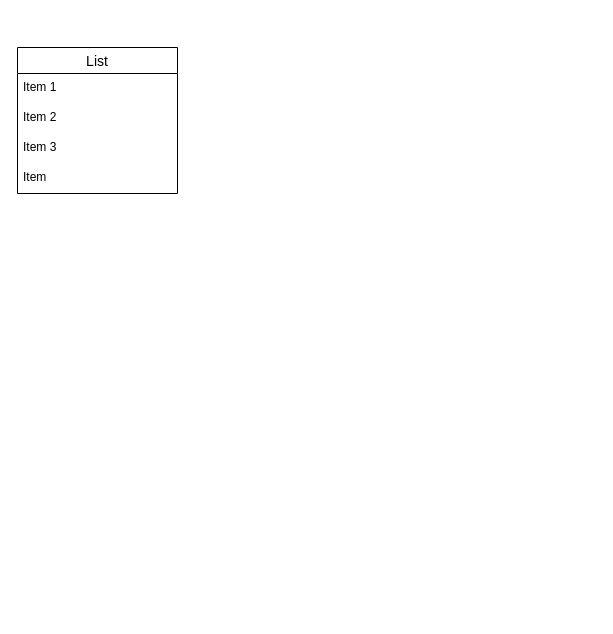
Earlier version of the draw.io diagram test.dio (ytt0103/furima-42445). Source tidied: cells renumbered, new cells numbered last; positions are measured from the earlier drawing's top-left corner, leaving out a move shared by most shapes. Both pictures are drawn from the tidied source at 100%, with x=0, y=0 at pixel (17, 47).
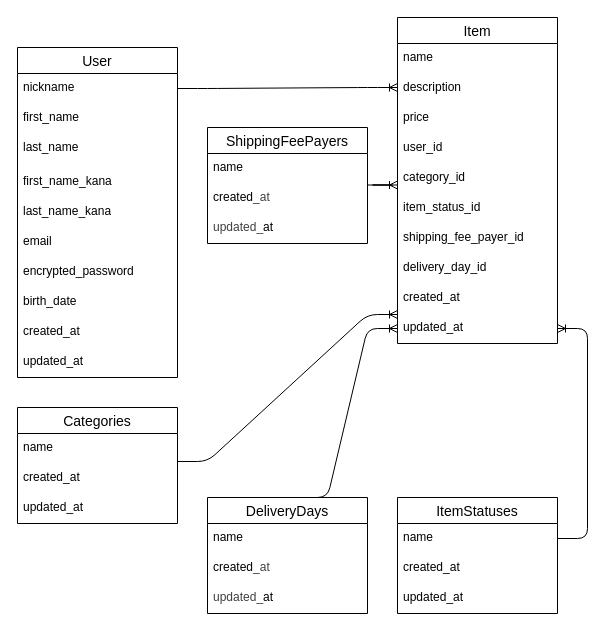
The same diagram, later.

The edit, as a diff of the source:
```diff
@@
-    <mxCell id="2" value="List" style="swimlane;fontStyle=0;horizontal=1;startSize=26;align=center;fontSize=14;" parent="1" vertex="1">
-      <mxGeometry width="160" height="146" as="geometry" />
+    <mxCell id="2" value="User" style="swimlane;fontStyle=0;horizontal=1;startSize=26;align=center;fontSize=14;" parent="1" vertex="1">
+      <mxGeometry width="160" height="330" as="geometry" />
     </mxCell>
-    <mxCell id="3" value="Item 1" style="text;strokeColor=none;fillColor=none;spacingLeft=4;spacingRight=4;overflow=hidden;points=[[0,0.5],[1,0.5]];portConstraint=eastwest;fontSize=12;whiteSpace=wrap;html=1;" parent="2" vertex="1">
+    <mxCell id="3" value="nickname" style="text;strokeColor=none;fillColor=none;spacingLeft=4;spacingRight=4;overflow=hidden;points=[[0,0.5],[1,0.5]];portConstraint=eastwest;fontSize=12;whiteSpace=wrap;html=1;" parent="2" vertex="1">
       <mxGeometry y="26" width="160" height="30" as="geometry" />
     </mxCell>
-    <mxCell id="4" value="Item 2" style="text;strokeColor=none;fillColor=none;spacingLeft=4;spacingRight=4;overflow=hidden;fontSize=12;whiteSpace=wrap;html=1;" parent="2" vertex="1">
+    <mxCell id="4" value="first_name" style="text;strokeColor=none;fillColor=none;spacingLeft=4;spacingRight=4;overflow=hidden;fontSize=12;whiteSpace=wrap;html=1;" parent="2" vertex="1">
       <mxGeometry y="56" width="160" height="30" as="geometry" />
     </mxCell>
-    <mxCell id="5" value="Item 3" style="text;strokeColor=none;fillColor=none;spacingLeft=4;spacingRight=4;overflow=hidden;fontSize=12;whiteSpace=wrap;html=1;" parent="2" vertex="1">
-      <mxGeometry y="86" width="160" height="30" as="geometry" />
+    <mxCell id="5" value="last_name" style="text;strokeColor=none;fillColor=none;spacingLeft=4;spacingRight=4;overflow=hidden;fontSize=12;whiteSpace=wrap;html=1;" parent="2" vertex="1">
+      <mxGeometry y="86" width="160" height="34" as="geometry" />
     </mxCell>
+    <mxCell id="7" value="&lt;span class=&quot;hljs-emphasis&quot;&gt;first_&lt;/span&gt;name&lt;span class=&quot;hljs-emphasis&quot;&gt;_kana&lt;/span&gt;" style="text;strokeColor=none;fillColor=none;spacingLeft=4;spacingRight=4;overflow=hidden;fontSize=12;whiteSpace=wrap;html=1;" parent="2" vertex="1">
+      <mxGeometry y="120" width="160" height="30" as="geometry" />
+    </mxCell>
+    <mxCell id="8" value="&lt;span class=&quot;hljs-emphasis&quot;&gt;last_&lt;/span&gt;name&lt;span class=&quot;hljs-emphasis&quot;&gt;_kana&lt;/span&gt;" style="text;strokeColor=none;fillColor=none;spacingLeft=4;spacingRight=4;overflow=hidden;fontSize=12;whiteSpace=wrap;html=1;" parent="2" vertex="1">
+      <mxGeometry y="150" width="160" height="30" as="geometry" />
+    </mxCell>
+    <mxCell id="9" value="email" style="text;strokeColor=none;fillColor=none;spacingLeft=4;spacingRight=4;overflow=hidden;fontSize=12;whiteSpace=wrap;html=1;" parent="2" vertex="1">
+      <mxGeometry y="180" width="160" height="30" as="geometry" />
+    </mxCell>
+    <mxCell id="10" value="encrypted&lt;span class=&quot;hljs-emphasis&quot;&gt;_password&lt;/span&gt;" style="text;strokeColor=none;fillColor=none;spacingLeft=4;spacingRight=4;overflow=hidden;fontSize=12;whiteSpace=wrap;html=1;" parent="2" vertex="1">
+      <mxGeometry y="210" width="160" height="30" as="geometry" />
+    </mxCell>
+    <mxCell id="11" value="&lt;span class=&quot;hljs-emphasis&quot;&gt;birth_&lt;/span&gt;date&amp;nbsp;" style="text;strokeColor=none;fillColor=none;spacingLeft=4;spacingRight=4;overflow=hidden;fontSize=12;whiteSpace=wrap;html=1;" parent="2" vertex="1">
+      <mxGeometry y="240" width="160" height="30" as="geometry" />
+    </mxCell>
+    <mxCell id="12" value="created&lt;span class=&quot;hljs-emphasis&quot;&gt;_at&lt;/span&gt;" style="text;strokeColor=none;fillColor=none;spacingLeft=4;spacingRight=4;overflow=hidden;fontSize=12;whiteSpace=wrap;html=1;" parent="2" vertex="1">
+      <mxGeometry y="270" width="160" height="30" as="geometry" />
+    </mxCell>
+    <mxCell id="13" value="&lt;span class=&quot;hljs-emphasis&quot;&gt;updated_&lt;/span&gt;at" style="text;strokeColor=none;fillColor=none;spacingLeft=4;spacingRight=4;overflow=hidden;fontSize=12;whiteSpace=wrap;html=1;" parent="2" vertex="1">
+      <mxGeometry y="300" width="160" height="30" as="geometry" />
+    </mxCell>
-    <mxCell id="6" value="Item" style="text;strokeColor=none;fillColor=none;spacingLeft=4;spacingRight=4;overflow=hidden;fontSize=12;whiteSpace=wrap;html=1;" parent="2" vertex="1">
-      <mxGeometry y="116" width="160" height="30" as="geometry" />
+    <mxCell id="6" value="Item" style="swimlane;fontStyle=0;horizontal=1;startSize=26;align=center;fontSize=14;" parent="1" vertex="1">
+      <mxGeometry x="380" y="-30" width="160" height="326" as="geometry" />
     </mxCell>
+    <mxCell id="14" value="name" style="text;strokeColor=none;fillColor=none;spacingLeft=4;spacingRight=4;overflow=hidden;fontSize=12;whiteSpace=wrap;html=1;" parent="6" vertex="1">
+      <mxGeometry y="26" width="160" height="30" as="geometry" />
+    </mxCell>
+    <mxCell id="15" value="description" style="text;strokeColor=none;fillColor=none;spacingLeft=4;spacingRight=4;overflow=hidden;fontSize=12;whiteSpace=wrap;html=1;" parent="6" vertex="1">
+      <mxGeometry y="56" width="160" height="30" as="geometry" />
+    </mxCell>
+    <mxCell id="16" value="price" style="text;strokeColor=none;fillColor=none;spacingLeft=4;spacingRight=4;overflow=hidden;fontSize=12;whiteSpace=wrap;html=1;" parent="6" vertex="1">
+      <mxGeometry y="86" width="160" height="30" as="geometry" />
+    </mxCell>
+    <mxCell id="17" value="&lt;span class=&quot;hljs-emphasis&quot;&gt;user_&lt;/span&gt;id" style="text;strokeColor=none;fillColor=none;spacingLeft=4;spacingRight=4;overflow=hidden;fontSize=12;whiteSpace=wrap;html=1;" parent="6" vertex="1">
+      <mxGeometry y="116" width="160" height="30" as="geometry" />
+    </mxCell>
+    <mxCell id="18" value="&lt;span class=&quot;hljs-emphasis&quot;&gt;category_&lt;/span&gt;id" style="text;strokeColor=none;fillColor=none;spacingLeft=4;spacingRight=4;overflow=hidden;fontSize=12;whiteSpace=wrap;html=1;" parent="6" vertex="1">
+      <mxGeometry y="146" width="160" height="30" as="geometry" />
+    </mxCell>
+    <mxCell id="19" value="&lt;span class=&quot;hljs-emphasis&quot;&gt;item_&lt;/span&gt;status&lt;span class=&quot;hljs-emphasis&quot;&gt;_id&amp;nbsp;&lt;/span&gt;" style="text;strokeColor=none;fillColor=none;spacingLeft=4;spacingRight=4;overflow=hidden;fontSize=12;whiteSpace=wrap;html=1;" parent="6" vertex="1">
+      <mxGeometry y="176" width="160" height="30" as="geometry" />
+    </mxCell>
+    <mxCell id="20" value="shipping&lt;span class=&quot;hljs-emphasis&quot;&gt;_fee_&lt;/span&gt;payer&lt;span class=&quot;hljs-emphasis&quot;&gt;_id&lt;/span&gt;" style="text;strokeColor=none;fillColor=none;spacingLeft=4;spacingRight=4;overflow=hidden;fontSize=12;whiteSpace=wrap;html=1;" parent="6" vertex="1">
+      <mxGeometry y="206" width="160" height="30" as="geometry" />
+    </mxCell>
+    <mxCell id="21" value="delivery&lt;span class=&quot;hljs-emphasis&quot;&gt;_day_&lt;/span&gt;id" style="text;strokeColor=none;fillColor=none;spacingLeft=4;spacingRight=4;overflow=hidden;fontSize=12;whiteSpace=wrap;html=1;" parent="6" vertex="1">
+      <mxGeometry y="236" width="160" height="30" as="geometry" />
+    </mxCell>
+    <mxCell id="22" value="&lt;span class=&quot;hljs-emphasis&quot;&gt;created_&lt;/span&gt;at" style="text;strokeColor=none;fillColor=none;spacingLeft=4;spacingRight=4;overflow=hidden;fontSize=12;whiteSpace=wrap;html=1;" parent="6" vertex="1">
+      <mxGeometry y="266" width="160" height="30" as="geometry" />
+    </mxCell>
+    <mxCell id="23" value="updated&lt;span class=&quot;hljs-emphasis&quot;&gt;_at&lt;/span&gt;" style="text;strokeColor=none;fillColor=none;spacingLeft=4;spacingRight=4;overflow=hidden;points=[[0,0.5],[1,0.5]];portConstraint=eastwest;fontSize=12;whiteSpace=wrap;html=1;" parent="6" vertex="1">
+      <mxGeometry y="296" width="160" height="30" as="geometry" />
+    </mxCell>
+    <mxCell id="24" value="ShippingFeePayers" style="swimlane;fontStyle=0;horizontal=1;startSize=26;align=center;fontSize=14;" parent="1" vertex="1">
+      <mxGeometry x="190" y="80" width="160" height="116" as="geometry" />
+    </mxCell>
+    <mxCell id="25" value="&lt;span style=&quot;color: rgb(0, 0, 0);&quot;&gt;name&lt;/span&gt;" style="text;strokeColor=none;fillColor=none;spacingLeft=4;spacingRight=4;overflow=hidden;fontSize=12;whiteSpace=wrap;html=1;" parent="24" vertex="1">
+      <mxGeometry y="26" width="160" height="30" as="geometry" />
+    </mxCell>
+    <mxCell id="26" value="&lt;span style=&quot;color: rgb(0, 0, 0);&quot;&gt;created&lt;/span&gt;&lt;span style=&quot;color: rgb(63, 63, 63); scrollbar-color: rgb(226, 226, 226) rgb(251, 251, 251);&quot; class=&quot;hljs-emphasis&quot;&gt;_at&lt;/span&gt;" style="text;strokeColor=none;fillColor=none;spacingLeft=4;spacingRight=4;overflow=hidden;fontSize=12;whiteSpace=wrap;html=1;" parent="24" vertex="1">
+      <mxGeometry y="56" width="160" height="30" as="geometry" />
+    </mxCell>
+    <mxCell id="27" value="&lt;span style=&quot;color: rgb(63, 63, 63); scrollbar-color: rgb(226, 226, 226) rgb(251, 251, 251);&quot; class=&quot;hljs-emphasis&quot;&gt;updated_&lt;/span&gt;&lt;span style=&quot;color: rgb(0, 0, 0);&quot;&gt;at&lt;/span&gt;" style="text;strokeColor=none;fillColor=none;spacingLeft=4;spacingRight=4;overflow=hidden;fontSize=12;whiteSpace=wrap;html=1;" parent="24" vertex="1">
+      <mxGeometry y="86" width="160" height="30" as="geometry" />
+    </mxCell>
+    <mxCell id="28" value="ItemStatuses" style="swimlane;fontStyle=0;horizontal=1;startSize=26;align=center;fontSize=14;" parent="1" vertex="1">
+      <mxGeometry x="380" y="450" width="160" height="116" as="geometry" />
+    </mxCell>
+    <mxCell id="29" value="name" style="text;strokeColor=none;fillColor=none;spacingLeft=4;spacingRight=4;overflow=hidden;points=[[0,0.5],[1,0.5]];portConstraint=eastwest;fontSize=12;whiteSpace=wrap;html=1;" parent="28" vertex="1">
+      <mxGeometry y="26" width="160" height="30" as="geometry" />
+    </mxCell>
+    <mxCell id="30" value="&lt;span class=&quot;hljs-emphasis&quot;&gt;created_&lt;/span&gt;at" style="text;strokeColor=none;fillColor=none;spacingLeft=4;spacingRight=4;overflow=hidden;fontSize=12;whiteSpace=wrap;html=1;" parent="28" vertex="1">
+      <mxGeometry y="56" width="160" height="30" as="geometry" />
+    </mxCell>
+    <mxCell id="31" value="updated&lt;span class=&quot;hljs-emphasis&quot;&gt;_at&lt;/span&gt;" style="text;strokeColor=none;fillColor=none;spacingLeft=4;spacingRight=4;overflow=hidden;fontSize=12;whiteSpace=wrap;html=1;" parent="28" vertex="1">
+      <mxGeometry y="86" width="160" height="30" as="geometry" />
+    </mxCell>
+    <mxCell id="32" value="DeliveryDays" style="swimlane;fontStyle=0;horizontal=1;startSize=26;align=center;fontSize=14;" parent="1" vertex="1">
+      <mxGeometry x="190" y="450" width="160" height="116" as="geometry" />
+    </mxCell>
+    <mxCell id="33" value="&lt;span style=&quot;color: rgb(0, 0, 0);&quot;&gt;name&lt;/span&gt;" style="text;strokeColor=none;fillColor=none;spacingLeft=4;spacingRight=4;overflow=hidden;fontSize=12;whiteSpace=wrap;html=1;" parent="32" vertex="1">
+      <mxGeometry y="26" width="160" height="30" as="geometry" />
+    </mxCell>
+    <mxCell id="34" value="&lt;span style=&quot;scrollbar-color: rgb(226, 226, 226) rgb(251, 251, 251); color: rgb(0, 0, 0);&quot;&gt;created&lt;/span&gt;&lt;span style=&quot;scrollbar-color: rgb(226, 226, 226) rgb(251, 251, 251); color: rgb(63, 63, 63);&quot; class=&quot;hljs-emphasis&quot;&gt;_at&lt;/span&gt;" style="text;strokeColor=none;fillColor=none;spacingLeft=4;spacingRight=4;overflow=hidden;fontSize=12;whiteSpace=wrap;html=1;" parent="32" vertex="1">
+      <mxGeometry y="56" width="160" height="30" as="geometry" />
+    </mxCell>
+    <mxCell id="35" value="&lt;span style=&quot;scrollbar-color: rgb(226, 226, 226) rgb(251, 251, 251); color: rgb(63, 63, 63);&quot; class=&quot;hljs-emphasis&quot;&gt;updated_&lt;/span&gt;&lt;span style=&quot;scrollbar-color: rgb(226, 226, 226) rgb(251, 251, 251); color: rgb(0, 0, 0);&quot;&gt;at&lt;/span&gt;" style="text;strokeColor=none;fillColor=none;spacingLeft=4;spacingRight=4;overflow=hidden;fontSize=12;whiteSpace=wrap;html=1;" parent="32" vertex="1">
+      <mxGeometry y="86" width="160" height="30" as="geometry" />
+    </mxCell>
+    <mxCell id="36" value="Categories" style="swimlane;fontStyle=0;horizontal=1;startSize=26;align=center;fontSize=14;" parent="1" vertex="1">
+      <mxGeometry y="360" width="160" height="116" as="geometry" />
+    </mxCell>
+    <mxCell id="37" value="name" style="text;strokeColor=none;fillColor=none;spacingLeft=4;spacingRight=4;overflow=hidden;fontSize=12;whiteSpace=wrap;html=1;" parent="36" vertex="1">
+      <mxGeometry y="26" width="160" height="30" as="geometry" />
+    </mxCell>
+    <mxCell id="38" value="created&lt;span class=&quot;hljs-emphasis&quot;&gt;_at&lt;/span&gt;" style="text;strokeColor=none;fillColor=none;spacingLeft=4;spacingRight=4;overflow=hidden;fontSize=12;whiteSpace=wrap;html=1;" parent="36" vertex="1">
+      <mxGeometry y="56" width="160" height="30" as="geometry" />
+    </mxCell>
+    <mxCell id="39" value="&lt;span class=&quot;hljs-emphasis&quot;&gt;updated_&lt;/span&gt;at" style="text;strokeColor=none;fillColor=none;spacingLeft=4;spacingRight=4;overflow=hidden;fontSize=12;whiteSpace=wrap;html=1;" parent="36" vertex="1">
+      <mxGeometry y="86" width="160" height="30" as="geometry" />
+    </mxCell>
+    <mxCell id="40" style="edgeStyle=entityRelationEdgeStyle;fontSize=12;html=1;endArrow=ERoneToMany;entryX=-0.008;entryY=0.089;entryDx=0;entryDy=0;entryPerimeter=0;exitX=1;exitY=0.5;exitDx=0;exitDy=0;" parent="1" edge="1" source="3">
+      <mxGeometry relative="1" as="geometry">
+        <mxPoint x="380" y="40" as="targetPoint" />
+        <Array as="points">
+          <mxPoint x="271.3" y="-18.7" />
+          <mxPoint x="331.3" y="21.3" />
+        </Array>
+      </mxGeometry>
+    </mxCell>
+    <mxCell id="41" style="edgeStyle=entityRelationEdgeStyle;fontSize=12;html=1;endArrow=ERoneToMany;exitX=1.021;exitY=-0.067;exitDx=0;exitDy=0;exitPerimeter=0;" parent="1" edge="1">
+      <mxGeometry relative="1" as="geometry">
+        <mxPoint x="160" y="414" as="sourcePoint" />
+        <mxPoint x="380" y="267" as="targetPoint" />
+        <Array as="points">
+          <mxPoint x="267.9" y="401.3" />
+          <mxPoint x="327.9" y="441.3" />
+        </Array>
+      </mxGeometry>
+    </mxCell>
+    <mxCell id="42" style="edgeStyle=entityRelationEdgeStyle;fontSize=12;html=1;endArrow=ERoneToMany;exitX=1;exitY=0.5;exitDx=0;exitDy=0;" parent="1" edge="1" source="29" target="23">
+      <mxGeometry relative="1" as="geometry">
+        <Array as="points">
+          <mxPoint x="341.3" y="493.3" />
+          <mxPoint x="401.3" y="533.3" />
+        </Array>
+      </mxGeometry>
+    </mxCell>
+    <mxCell id="43" style="edgeStyle=entityRelationEdgeStyle;fontSize=12;html=1;endArrow=ERoneToMany;entryX=-0.008;entryY=0.089;entryDx=0;entryDy=0;entryPerimeter=0;" parent="1" edge="1">
+      <mxGeometry relative="1" as="geometry">
+        <mxPoint x="350" y="137.5" as="sourcePoint" />
+        <mxPoint x="380" y="137.5" as="targetPoint" />
+        <Array as="points">
+          <mxPoint x="271.3" y="78.8" />
+          <mxPoint x="331.3" y="118.8" />
+        </Array>
+      </mxGeometry>
+    </mxCell>
+    <mxCell id="44" style="edgeStyle=entityRelationEdgeStyle;fontSize=12;html=1;endArrow=ERoneToMany;exitX=1.021;exitY=-0.067;exitDx=0;exitDy=0;exitPerimeter=0;entryX=0;entryY=0.5;entryDx=0;entryDy=0;" parent="1" edge="1" target="23">
+      <mxGeometry relative="1" as="geometry">
+        <mxPoint x="280" y="450" as="sourcePoint" />
+        <Array as="points">
+          <mxPoint x="387.9" y="437.3" />
+          <mxPoint x="447.9" y="477.3" />
+        </Array>
+      </mxGeometry>
+    </mxCell>
```
